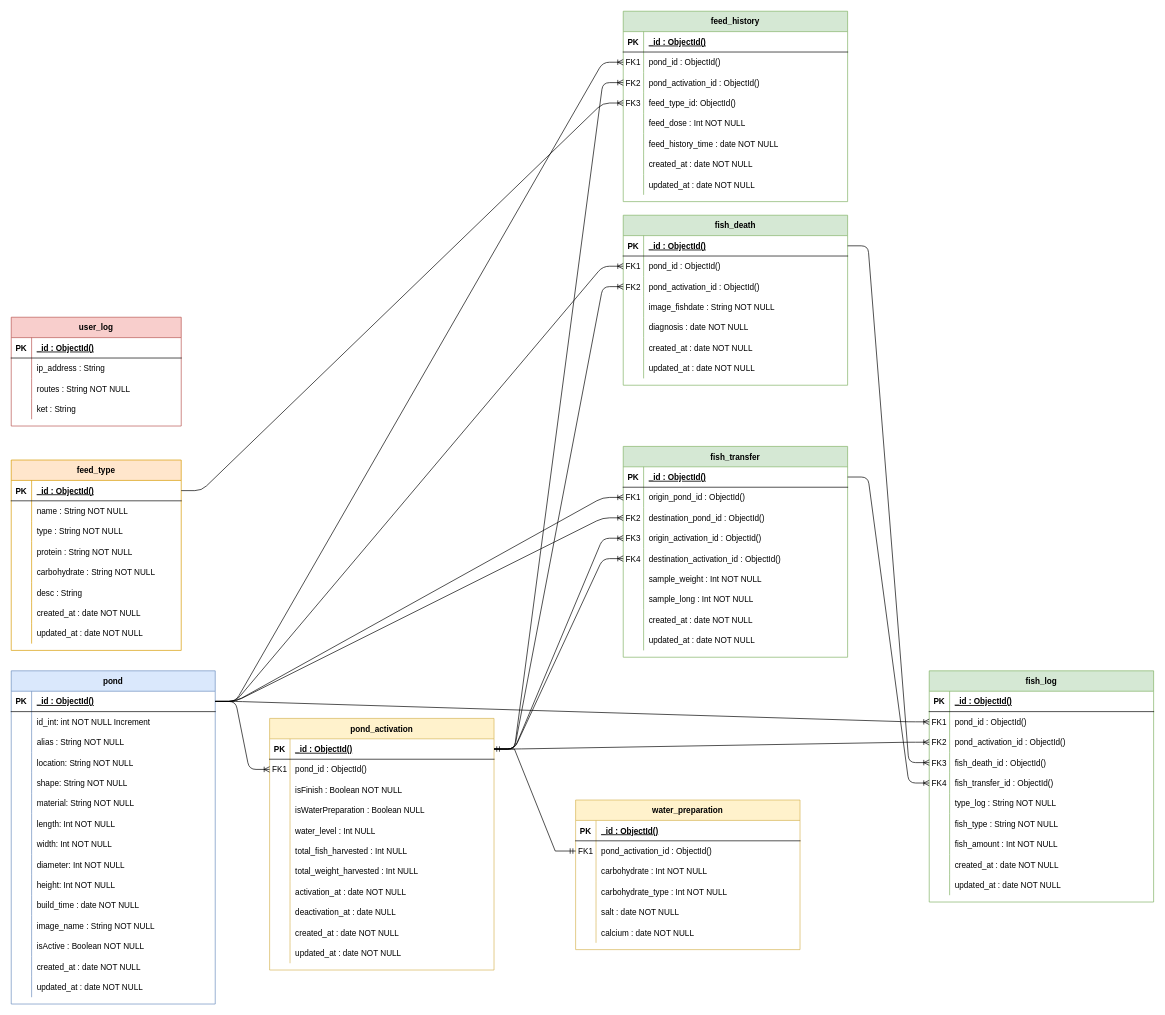
Before: doc/Sprint07/diagram database/database.drawio in andrirahmanto/backendserverfishculture, a draw.io diagram. Source tidied: cells renumbered, new cells numbered last; positions are measured from the earlier drawing's top-left corner, leaving out a move shared by most shapes. Both pictures are drawn from the tidied source at 68%, with x=0, y=0 at pixel (11, 11).
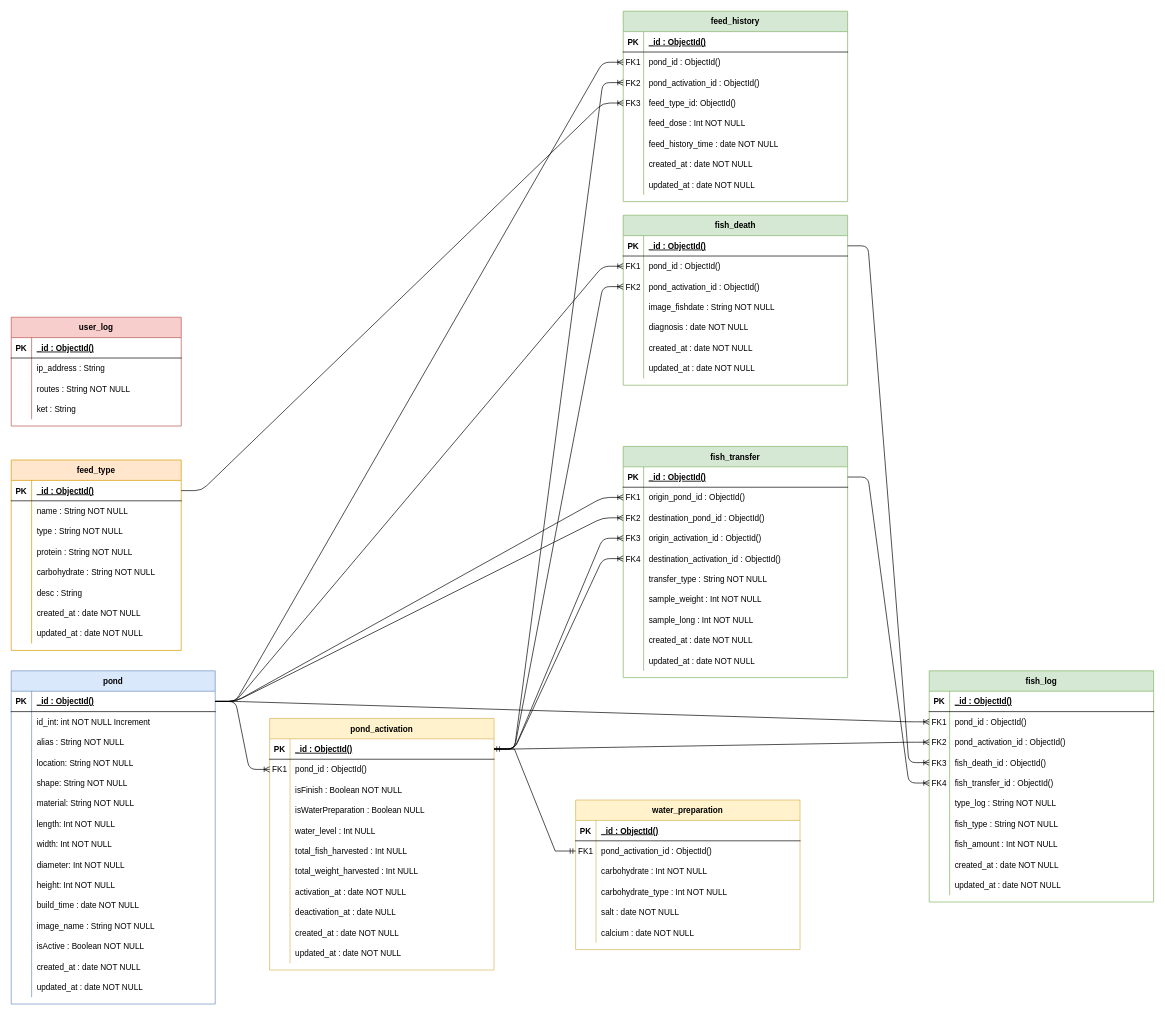
The same page after the edit.

Diff of the diagram source:
```diff
@@
     <mxCell id="224" value="fish_transfer" style="shape=table;startSize=30;childLayout=tableLayout;rowLines=0;fontStyle=1;align=center;fillColor=#d5e8d4;strokeColor=#82b366;" parent="1" vertex="1">
-      <mxGeometry x="900" y="640" width="330" height="310" as="geometry" />
+      <mxGeometry x="900" y="640" width="330" height="340" as="geometry" />
     </mxCell>
@@
+    <mxCell id="260" style="shape=partialRectangle;fillColor=none;top=0;left=0;right=0;bottom=0;" parent="224" vertex="1">
+      <mxGeometry y="180" width="330" height="30" as="geometry" />
+    </mxCell>
+    <mxCell id="261" style="shape=partialRectangle;overflow=hidden;fillColor=none;top=0;left=0;bottom=0;right=0;" parent="260" vertex="1">
+      <mxGeometry width="30" height="30" as="geometry" />
+    </mxCell>
+    <mxCell id="262" value="transfer_type : String NOT NULL" style="shape=partialRectangle;overflow=hidden;fillColor=none;top=0;left=0;bottom=0;right=0;align=left;spacingLeft=6;" parent="260" vertex="1">
+      <mxGeometry x="30" width="300" height="30" as="geometry" />
+    </mxCell>
     <mxCell id="240" style="shape=partialRectangle;fillColor=none;top=0;left=0;right=0;bottom=0;" parent="224" vertex="1">
-      <mxGeometry y="180" width="330" height="30" as="geometry" />
+      <mxGeometry y="210" width="330" height="30" as="geometry" />
     </mxCell>
@@
     <mxCell id="243" style="shape=partialRectangle;fillColor=none;top=0;left=0;right=0;bottom=0;" parent="224" vertex="1">
-      <mxGeometry y="210" width="330" height="30" as="geometry" />
+      <mxGeometry y="240" width="330" height="30" as="geometry" />
     </mxCell>
@@
     <mxCell id="246" style="shape=partialRectangle;fillColor=none;top=0;left=0;right=0;bottom=0;" parent="224" vertex="1">
-      <mxGeometry y="240" width="330" height="30" as="geometry" />
+      <mxGeometry y="270" width="330" height="30" as="geometry" />
     </mxCell>
@@
     <mxCell id="249" style="shape=partialRectangle;fillColor=none;top=0;left=0;right=0;bottom=0;" parent="224" vertex="1">
-      <mxGeometry y="270" width="330" height="30" as="geometry" />
+      <mxGeometry y="300" width="330" height="30" as="geometry" />
     </mxCell>
```
